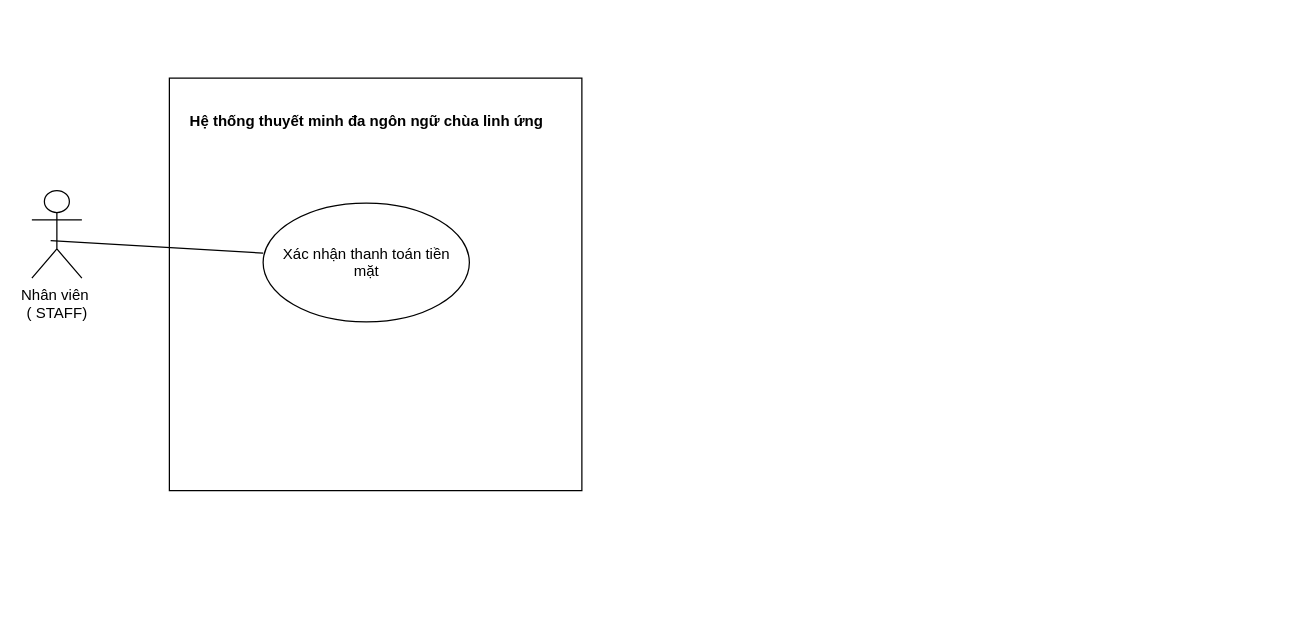
Kazuken123/prj_sgu26_cnpm keeps this draw.io diagram as docs/diagram/use case/UC-11_Usce-case.drawio. Above is the earlier version. Source tidied: cells renumbered, new cells numbered last; positions are measured from the earlier drawing's top-left corner, leaving out a move shared by most shapes. Both pictures are drawn from the tidied source at 125%, with x=0, y=0 at pixel (31, 78).
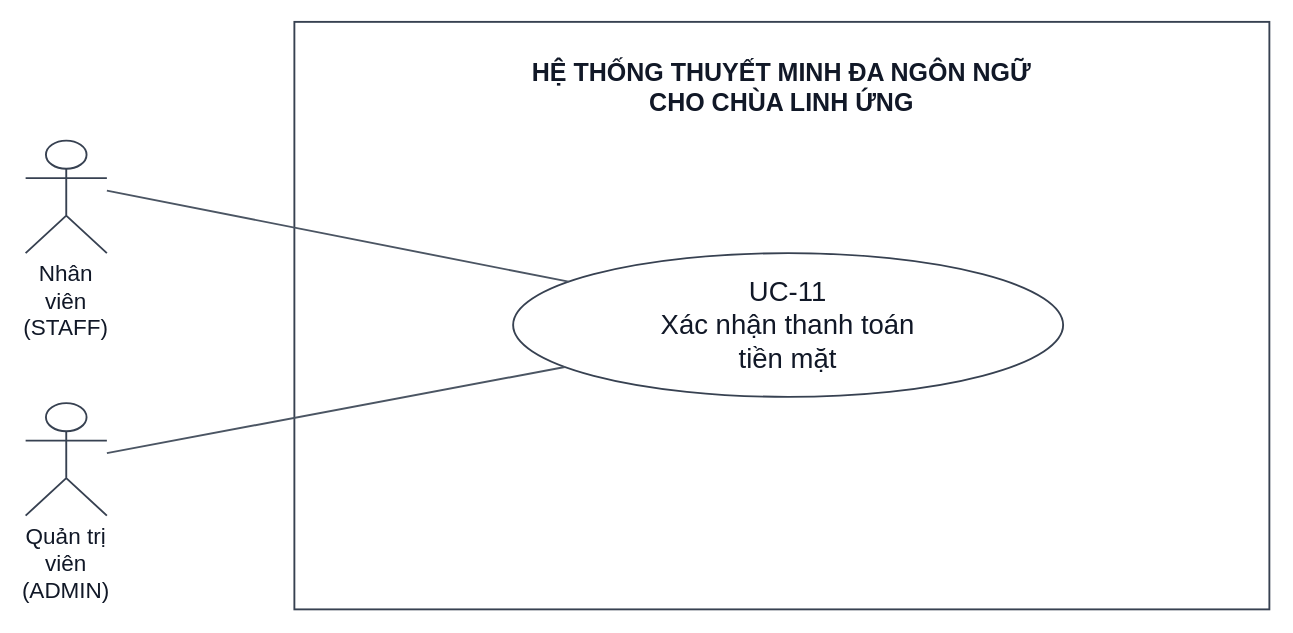
Above is the later version.

Diff of the diagram source:
```diff
@@
 <mxGraphModel>
   <root>
     <mxCell id="0" />
     <mxCell id="1" parent="0" />
-    <mxCell id="2" value="Nhân viên&amp;nbsp;&lt;div&gt;( STAFF)&lt;div&gt;&lt;br&gt;&lt;/div&gt;&lt;/div&gt;" style="shape=umlActor;verticalLabelPosition=bottom;verticalAlign=top;html=1;" parent="1" vertex="1">
-      <mxGeometry y="90" width="40" height="70" as="geometry" />
-    </mxCell>
-    <mxCell id="3" style="whiteSpace=wrap;html=1;" parent="1" vertex="1">
-      <mxGeometry x="110" width="330" height="330" as="geometry" />
-    </mxCell>
-    <mxCell id="4" style="ellipse;whiteSpace=wrap;html=1;shapeInside=1;" parent="1" vertex="1">
-      <mxGeometry x="185" y="100" width="165" height="95" as="geometry" />
-    </mxCell>
-    <mxCell id="5" value="Xác nhận thanh toán tiền mặt&lt;div&gt;&lt;br&gt;&lt;/div&gt;" style="text;html=1;whiteSpace=wrap;strokeColor=none;fillColor=none;align=center;verticalAlign=middle;rounded=0;" parent="1" vertex="1">
-      <mxGeometry x="197.5" y="140" width="140" height="30" as="geometry" />
-    </mxCell>
-    <mxCell id="6" value="&lt;b&gt;Hệ thống thuyết minh đa ngôn ngữ chùa linh ứng&lt;/b&gt;" style="text;html=1;whiteSpace=wrap;strokeColor=none;fillColor=none;align=center;verticalAlign=middle;rounded=0;" parent="1" vertex="1">
-      <mxGeometry x="117.5" y="20" width="300" height="30" as="geometry" />
-    </mxCell>
-    <mxCell id="7" style="endArrow=none;html=1;rounded=0;strokeColor=default;align=center;verticalAlign=middle;fontFamily=Helvetica;fontSize=11;fontColor=default;labelBackgroundColor=default;" parent="1" edge="1">
-      <mxGeometry relative="1" as="geometry">
-        <mxPoint x="15" y="130" as="sourcePoint" />
-        <mxPoint x="185" y="140" as="targetPoint" />
-      </mxGeometry>
-    </mxCell>
+    <mxCell id="8" value="HỆ THỐNG THUYẾT MINH ĐA NGÔN NGỮ&lt;br&gt;CHO CHÙA LINH ỨNG" style="html=1;whiteSpace=wrap;fontFamily=Arial;fontSize=20;fontColor=#111827;strokeColor=#374151;fillColor=#FFFFFF;strokeWidth=1.5;rounded=0;verticalAlign=top;spacingTop=22;fontStyle=1;fillColor=none;" parent="1" vertex="1">
+      <mxGeometry x="210" y="-45" width="780" height="470" as="geometry" />
+    </mxCell>
+    <mxCell id="9" value="UC-11&lt;br&gt;Xác nhận thanh toán&lt;br&gt;tiền mặt" style="html=1;whiteSpace=wrap;fontFamily=Arial;fontSize=22;fontColor=#111827;strokeColor=#374151;fillColor=#FFFFFF;strokeWidth=1.5;ellipse;" parent="1" vertex="1">
+      <mxGeometry x="385" y="140" width="440" height="115" as="geometry" />
+    </mxCell>
+    <mxCell id="10" value="Nhân viên&lt;br&gt;(STAFF)" style="html=1;whiteSpace=wrap;fontFamily=Arial;fontSize=18;fontColor=#111827;strokeColor=#374151;fillColor=#FFFFFF;strokeWidth=1.5;shape=umlActor;verticalLabelPosition=bottom;verticalAlign=top;" parent="1" vertex="1">
+      <mxGeometry x="-5" y="50" width="65" height="90" as="geometry" />
+    </mxCell>
+    <mxCell id="11" style="html=1;rounded=0;endArrow=none;endFill=1;strokeColor=#4B5563;strokeWidth=1.5;fontFamily=Arial;fontSize=17;exitX=1.0;exitY=0.4444444444444444;exitPerimeter=0;entryX=0.10089964783637981;entryY=0.19880420171776236;entryPerimeter=0;" parent="1" edge="1" source="10" target="9">
+      <mxGeometry relative="1" as="geometry" />
+    </mxCell>
+    <mxCell id="12" value="Quản trị viên&lt;br&gt;(ADMIN)" style="html=1;whiteSpace=wrap;fontFamily=Arial;fontSize=18;fontColor=#111827;strokeColor=#374151;fillColor=#FFFFFF;strokeWidth=1.5;shape=umlActor;verticalLabelPosition=bottom;verticalAlign=top;" parent="1" vertex="1">
+      <mxGeometry x="-5" y="260" width="65" height="90" as="geometry" />
+    </mxCell>
+    <mxCell id="13" style="html=1;rounded=0;endArrow=none;endFill=1;strokeColor=#4B5563;strokeWidth=1.5;fontFamily=Arial;fontSize=17;exitX=1.0;exitY=0.4444444444444444;exitPerimeter=0;entryX=0.09415301047065389;entryY=0.7920414715241088;entryPerimeter=0;" parent="1" edge="1" source="12" target="9">
+      <mxGeometry relative="1" as="geometry" />
+    </mxCell>
   </root>
 </mxGraphModel>
```
